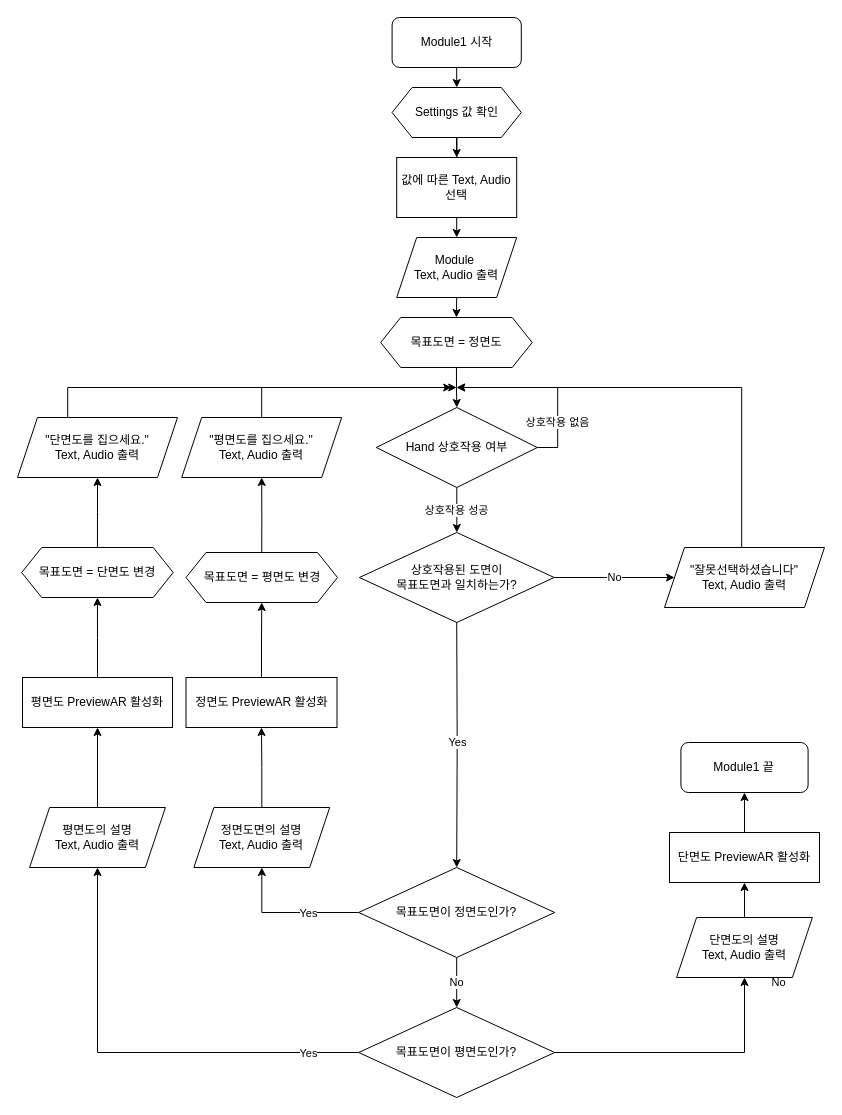
The draw.io diagram page "Module_01" (1 of 3) of Module_01.drawio in SnowDinn/FlowChart, before the edit. Source tidied: cells renumbered, new cells numbered last; positions are measured from the earlier drawing's top-left corner, leaving out a move shared by most shapes. Both pictures are drawn from the tidied source at 100%, with x=0, y=0 at pixel (17, 17).
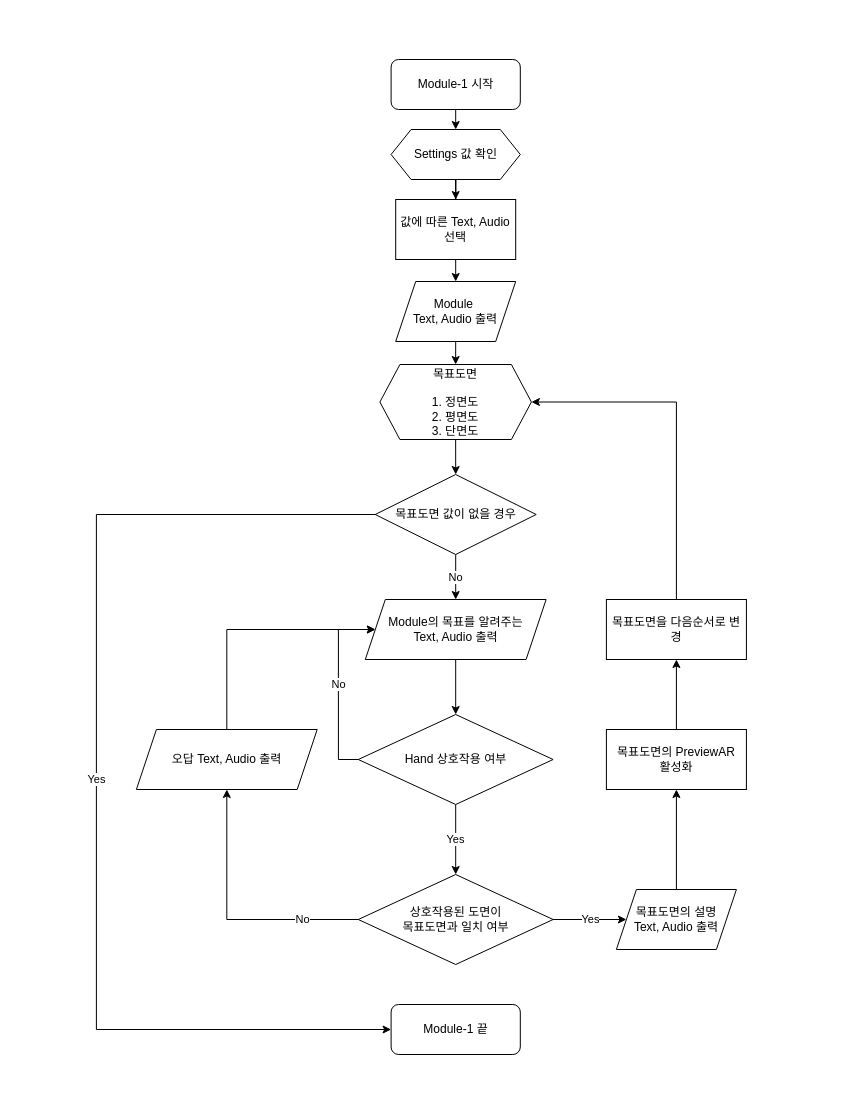
The same page after the edit.

Commit message:
BUKEDU Module FlowChart.drawio

Change to the diagram source:
```diff
@@
-    <mxCell id="3" value="Module1 시작" style="rounded=1;whiteSpace=wrap;html=1;fontSize=12;glass=0;strokeWidth=1;shadow=0;" parent="1" vertex="1">
-      <mxGeometry x="374.6" width="129.2" height="50" as="geometry" />
+    <mxCell id="3" value="Module-1 시작" style="rounded=1;whiteSpace=wrap;html=1;fontSize=12;glass=0;strokeWidth=1;shadow=0;" parent="1" vertex="1">
+      <mxGeometry x="373.6" y="42" width="129.2" height="50" as="geometry" />
     </mxCell>
-    <mxCell id="4" value="No" style="edgeStyle=orthogonalEdgeStyle;rounded=0;jettySize=auto;html=1;exitX=1;exitY=0.5;exitDx=0;exitDy=0;entryX=0;entryY=0.5;entryDx=0;entryDy=0;" parent="1" edge="1" source="6" target="19">
-      <mxGeometry relative="1" as="geometry" />
-    </mxCell>
-    <mxCell id="5" value="Yes" style="edgeStyle=orthogonalEdgeStyle;rounded=0;jettySize=auto;html=1;exitX=0.5;exitY=1;exitDx=0;exitDy=0;entryX=0.5;entryY=0;entryDx=0;entryDy=0;" parent="1" edge="1" target="23">
-      <mxGeometry relative="1" as="geometry">
-        <mxPoint x="439.2" y="599" as="sourcePoint" />
-      </mxGeometry>
+    <mxCell id="5" value="Yes" style="edgeStyle=orthogonalEdgeStyle;rounded=0;jettySize=auto;html=1;exitX=0.5;exitY=1;exitDx=0;exitDy=0;entryX=0.5;entryY=0;entryDx=0;entryDy=0;" parent="1" edge="1" source="6" target="55">
+      <mxGeometry relative="1" as="geometry" />
     </mxCell>
+    <mxCell id="49" value="No" style="edgeStyle=orthogonalEdgeStyle;rounded=0;jettySize=auto;html=1;exitX=0;exitY=0.5;exitDx=0;exitDy=0;entryX=0;entryY=0.5;entryDx=0;entryDy=0;" parent="1" edge="1" source="6" target="52">
+      <mxGeometry x="0.02" relative="1" as="geometry">
+        <Array as="points">
+          <mxPoint x="320.9" y="742" />
+          <mxPoint x="320.9" y="612" />
+        </Array>
+      </mxGeometry>
+    </mxCell>
-    <mxCell id="6" value="상호작용된 도면이&lt;br&gt;목표도면과 일치하는가?" style="rhombus;whiteSpace=wrap;html=1;" parent="1" vertex="1">
-      <mxGeometry x="341.9" y="515" width="194.8" height="90" as="geometry" />
+    <mxCell id="6" value="Hand 상호작용 여부" style="rhombus;whiteSpace=wrap;html=1;" parent="1" vertex="1">
+      <mxGeometry x="340.8" y="697" width="194.8" height="90" as="geometry" />
     </mxCell>
@@
     <mxCell id="8" value="Settings 값 확인" style="shape=hexagon;perimeter=hexagonPerimeter2;whiteSpace=wrap;html=1;fixedSize=1;" parent="1" vertex="1">
-      <mxGeometry x="374.6" y="70" width="129.2" height="50" as="geometry" />
+      <mxGeometry x="373.6" y="112" width="129.2" height="50" as="geometry" />
     </mxCell>
@@
     <mxCell id="10" value="값에 따른 Text, Audio 선택" style="rounded=0;whiteSpace=wrap;html=1;" parent="1" vertex="1">
-      <mxGeometry x="379.2" y="140" width="120" height="60" as="geometry" />
+      <mxGeometry x="378.2" y="182" width="120" height="60" as="geometry" />
     </mxCell>
-    <mxCell id="11" style="edgeStyle=orthogonalEdgeStyle;rounded=0;jettySize=auto;html=1;exitX=0.5;exitY=1;exitDx=0;exitDy=0;entryX=0.5;entryY=0;entryDx=0;entryDy=0;endArrow=classic;endFill=1;" parent="1" edge="1" source="12" target="17">
+    <mxCell id="11" style="edgeStyle=orthogonalEdgeStyle;rounded=0;jettySize=auto;html=1;exitX=0.5;exitY=1;exitDx=0;exitDy=0;entryX=0.5;entryY=0;entryDx=0;entryDy=0;" parent="1" edge="1" source="12" target="17">
       <mxGeometry relative="1" as="geometry" />
     </mxCell>
     <mxCell id="12" value="Module&amp;nbsp;&lt;br&gt;Text, Audio 출력" style="shape=parallelogram;perimeter=parallelogramPerimeter;whiteSpace=wrap;html=1;fixedSize=1;" parent="1" vertex="1">
-      <mxGeometry x="379.2" y="220" width="120" height="60" as="geometry" />
+      <mxGeometry x="378.2" y="264" width="120" height="60" as="geometry" />
     </mxCell>
-    <mxCell id="13" value="상호작용 성공" style="edgeStyle=orthogonalEdgeStyle;rounded=0;jettySize=auto;html=1;exitX=0.5;exitY=1;exitDx=0;exitDy=0;entryX=0.5;entryY=0;entryDx=0;entryDy=0;" parent="1" edge="1" source="15" target="6">
-      <mxGeometry relative="1" as="geometry" />
-    </mxCell>
-    <mxCell id="14" value="상호작용 없음" style="edgeStyle=orthogonalEdgeStyle;rounded=0;jettySize=auto;html=1;exitX=1;exitY=0.5;exitDx=0;exitDy=0;endArrow=classic;endFill=1;" parent="1" edge="1" source="15">
-      <mxGeometry x="-0.5" relative="1" as="geometry">
-        <mxPoint x="439.2" y="370" as="targetPoint" />
-        <Array as="points">
-          <mxPoint x="540.2" y="430" />
-          <mxPoint x="540.2" y="370" />
-        </Array>
-      </mxGeometry>
-    </mxCell>
+    <mxCell id="20" value="No" style="edgeStyle=orthogonalEdgeStyle;rounded=0;jettySize=auto;html=1;exitX=0.5;exitY=1;exitDx=0;exitDy=0;entryX=0.5;entryY=0;entryDx=0;entryDy=0;" parent="1" edge="1" source="15" target="52">
+      <mxGeometry relative="1" as="geometry" />
+    </mxCell>
+    <mxCell id="50" value="Yes" style="edgeStyle=orthogonalEdgeStyle;rounded=0;jettySize=auto;html=1;exitX=0;exitY=0.5;exitDx=0;exitDy=0;entryX=0;entryY=0.5;entryDx=0;entryDy=0;" parent="1" edge="1" source="15" target="64">
+      <mxGeometry relative="1" as="geometry">
+        <Array as="points">
+          <mxPoint x="78.9" y="497" />
+          <mxPoint x="78.9" y="1012" />
+        </Array>
+      </mxGeometry>
+    </mxCell>
-    <mxCell id="15" value="Hand 상호작용 여부" style="rhombus;whiteSpace=wrap;html=1;fillColor=none;" parent="1" vertex="1">
-      <mxGeometry x="358.8" y="390" width="161" height="80" as="geometry" />
+    <mxCell id="15" value="목표도면 값이 없을 경우" style="rhombus;whiteSpace=wrap;html=1;" parent="1" vertex="1">
+      <mxGeometry x="357.7" y="457" width="161" height="80" as="geometry" />
     </mxCell>
@@
-    <mxCell id="17" value="목표도면 = 정면도" style="shape=hexagon;perimeter=hexagonPerimeter2;whiteSpace=wrap;html=1;fixedSize=1;" parent="1" vertex="1">
-      <mxGeometry x="363.2" y="300" width="151.5" height="50" as="geometry" />
+    <mxCell id="17" value="목표도면&lt;br&gt;&lt;br&gt;1. 정면도&lt;br&gt;2. 평면도&lt;br&gt;3. 단면도" style="shape=hexagon;perimeter=hexagonPerimeter2;whiteSpace=wrap;html=1;fixedSize=1;" parent="1" vertex="1">
+      <mxGeometry x="362.4" y="347" width="151.5" height="75" as="geometry" />
     </mxCell>
-    <mxCell id="18" style="edgeStyle=orthogonalEdgeStyle;rounded=0;jettySize=auto;html=1;exitX=0.549;exitY=0.001;exitDx=0;exitDy=0;endArrow=classic;endFill=1;exitPerimeter=0;" parent="1" edge="1" source="19">
-      <mxGeometry relative="1" as="geometry">
-        <mxPoint x="439.2" y="370" as="targetPoint" />
-        <Array as="points">
-          <mxPoint x="725.2" y="535" />
-          <mxPoint x="724.2" y="535" />
-          <mxPoint x="724.2" y="370" />
-        </Array>
-      </mxGeometry>
-    </mxCell>
-    <mxCell id="19" value="&quot;잘못선택하셨습니다&quot;&lt;br&gt;Text, Audio 출력" style="shape=parallelogram;perimeter=parallelogramPerimeter;whiteSpace=wrap;html=1;fixedSize=1;" parent="1" vertex="1">
-      <mxGeometry x="647" y="530" width="160" height="60" as="geometry" />
-    </mxCell>
-    <mxCell id="20" value="No" style="edgeStyle=orthogonalEdgeStyle;rounded=0;jettySize=auto;html=1;exitX=0.5;exitY=1;exitDx=0;exitDy=0;entryX=0.5;entryY=0;entryDx=0;entryDy=0;" parent="1" edge="1" source="23" target="31">
-      <mxGeometry relative="1" as="geometry" />
-    </mxCell>
-    <mxCell id="21" style="edgeStyle=orthogonalEdgeStyle;rounded=0;jettySize=auto;html=1;exitX=0;exitY=0.5;exitDx=0;exitDy=0;entryX=0.5;entryY=1;entryDx=0;entryDy=0;" parent="1" edge="1" source="23" target="40">
-      <mxGeometry relative="1" as="geometry" />
-    </mxCell>
-    <mxCell id="22" value="Yes" style="edgeLabel;html=1;align=center;verticalAlign=middle;" parent="21" vertex="1">
-      <mxGeometry x="0.13" y="-1" relative="1" as="geometry">
-        <mxPoint x="28.8" y="1" as="offset" />
-      </mxGeometry>
-    </mxCell>
-    <mxCell id="23" value="목표도면이 정면도인가?" style="rhombus;whiteSpace=wrap;html=1;" parent="1" vertex="1">
-      <mxGeometry x="341.2" y="850" width="196" height="90" as="geometry" />
-    </mxCell>
-    <mxCell id="24" style="edgeStyle=orthogonalEdgeStyle;rounded=0;jettySize=auto;html=1;exitX=0.5;exitY=0;exitDx=0;exitDy=0;" parent="1" edge="1" source="25" target="27">
-      <mxGeometry relative="1" as="geometry" />
-    </mxCell>
-    <mxCell id="25" value="목표도면 = 평면도 변경" style="shape=hexagon;perimeter=hexagonPerimeter2;whiteSpace=wrap;html=1;fixedSize=1;" parent="1" vertex="1">
-      <mxGeometry x="168.5" y="535" width="151.5" height="50" as="geometry" />
-    </mxCell>
-    <mxCell id="26" style="edgeStyle=orthogonalEdgeStyle;rounded=0;jettySize=auto;html=1;exitX=0.5;exitY=0;exitDx=0;exitDy=0;" parent="1" edge="1" source="27">
-      <mxGeometry relative="1" as="geometry">
-        <mxPoint x="439.2" y="370" as="targetPoint" />
-        <Array as="points">
-          <mxPoint x="244.2" y="370" />
-        </Array>
-      </mxGeometry>
-    </mxCell>
-    <mxCell id="27" value="&quot;평면도를 집으세요.&quot;&lt;br&gt;Text, Audio 출력" style="shape=parallelogram;perimeter=parallelogramPerimeter;whiteSpace=wrap;html=1;fixedSize=1;" parent="1" vertex="1">
-      <mxGeometry x="164.2" y="400" width="160" height="60" as="geometry" />
-    </mxCell>
-    <mxCell id="28" style="edgeStyle=orthogonalEdgeStyle;rounded=0;jettySize=auto;html=1;exitX=0;exitY=0.5;exitDx=0;exitDy=0;" parent="1" edge="1" source="31" target="44">
-      <mxGeometry relative="1" as="geometry" />
-    </mxCell>
-    <mxCell id="29" value="Yes" style="edgeLabel;html=1;align=center;verticalAlign=middle;" parent="28" vertex="1">
-      <mxGeometry x="0.26" y="1" relative="1" as="geometry">
-        <mxPoint x="211" y="19.8" as="offset" />
-      </mxGeometry>
-    </mxCell>
-    <mxCell id="30" value="No" style="edgeStyle=orthogonalEdgeStyle;rounded=0;jettySize=auto;html=1;exitX=1;exitY=0.5;exitDx=0;exitDy=0;entryX=0.5;entryY=1;entryDx=0;entryDy=0;" parent="1" edge="1" source="31" target="48">
-      <mxGeometry x="0.43" y="35" relative="1" as="geometry">
-        <mxPoint x="35" y="-35" as="offset" />
-      </mxGeometry>
-    </mxCell>
-    <mxCell id="31" value="목표도면이 평면도인가?" style="rhombus;whiteSpace=wrap;html=1;" parent="1" vertex="1">
-      <mxGeometry x="341.2" y="990" width="196" height="90" as="geometry" />
-    </mxCell>
-    <mxCell id="32" style="edgeStyle=orthogonalEdgeStyle;rounded=0;jettySize=auto;html=1;exitX=0.5;exitY=0;exitDx=0;exitDy=0;entryX=0.5;entryY=1;entryDx=0;entryDy=0;" parent="1" edge="1" source="33" target="35">
-      <mxGeometry relative="1" as="geometry" />
-    </mxCell>
-    <mxCell id="33" value="목표도면 = 단면도 변경" style="shape=hexagon;perimeter=hexagonPerimeter2;whiteSpace=wrap;html=1;fixedSize=1;" parent="1" vertex="1">
-      <mxGeometry x="4.2" y="530" width="151.5" height="50" as="geometry" />
-    </mxCell>
-    <mxCell id="34" style="edgeStyle=orthogonalEdgeStyle;rounded=0;jettySize=auto;html=1;exitX=0.5;exitY=0;exitDx=0;exitDy=0;" parent="1" edge="1" source="35">
-      <mxGeometry relative="1" as="geometry">
-        <mxPoint x="434.2" y="370" as="targetPoint" />
-        <Array as="points">
-          <mxPoint x="50.2" y="370" />
-        </Array>
-      </mxGeometry>
-    </mxCell>
-    <mxCell id="35" value="&quot;단면도를 집으세요.&quot;&lt;br&gt;Text, Audio 출력" style="shape=parallelogram;perimeter=parallelogramPerimeter;whiteSpace=wrap;html=1;fixedSize=1;" parent="1" vertex="1">
-      <mxGeometry y="400" width="160" height="60" as="geometry" />
-    </mxCell>
-    <mxCell id="36" value="Module1 끝" style="rounded=1;whiteSpace=wrap;html=1;fontSize=12;glass=0;strokeWidth=1;shadow=0;" parent="1" vertex="1">
-      <mxGeometry x="663.4" y="725" width="127.2" height="50" as="geometry" />
-    </mxCell>
-    <mxCell id="37" style="edgeStyle=orthogonalEdgeStyle;rounded=0;jettySize=auto;html=1;exitX=0.5;exitY=0;exitDx=0;exitDy=0;entryX=0.5;entryY=1;entryDx=0;entryDy=0;" parent="1" edge="1" source="38" target="25">
-      <mxGeometry relative="1" as="geometry" />
-    </mxCell>
-    <mxCell id="38" value="정면도 PreviewAR 활성화" style="rounded=0;whiteSpace=wrap;html=1;" parent="1" vertex="1">
-      <mxGeometry x="168.5" y="660" width="151" height="50" as="geometry" />
-    </mxCell>
-    <mxCell id="39" style="edgeStyle=orthogonalEdgeStyle;rounded=0;jettySize=auto;html=1;exitX=0.5;exitY=0;exitDx=0;exitDy=0;" parent="1" edge="1" source="40" target="38">
-      <mxGeometry relative="1" as="geometry" />
-    </mxCell>
-    <mxCell id="40" value="정면도면의 설명&lt;br&gt;Text, Audio 출력" style="shape=parallelogram;perimeter=parallelogramPerimeter;whiteSpace=wrap;html=1;fixedSize=1;" parent="1" vertex="1">
-      <mxGeometry x="176.4" y="790" width="135.8" height="60" as="geometry" />
-    </mxCell>
-    <mxCell id="41" style="edgeStyle=orthogonalEdgeStyle;rounded=0;jettySize=auto;html=1;exitX=0.5;exitY=0;exitDx=0;exitDy=0;entryX=0.5;entryY=1;entryDx=0;entryDy=0;" parent="1" edge="1" source="42" target="33">
-      <mxGeometry relative="1" as="geometry" />
-    </mxCell>
-    <mxCell id="42" value="평면도 PreviewAR 활성화" style="rounded=0;whiteSpace=wrap;html=1;" parent="1" vertex="1">
-      <mxGeometry x="5" y="660" width="150" height="50" as="geometry" />
-    </mxCell>
-    <mxCell id="43" style="edgeStyle=orthogonalEdgeStyle;rounded=0;jettySize=auto;html=1;exitX=0.5;exitY=0;exitDx=0;exitDy=0;entryX=0.5;entryY=1;entryDx=0;entryDy=0;" parent="1" edge="1" source="44" target="42">
-      <mxGeometry relative="1" as="geometry" />
-    </mxCell>
-    <mxCell id="44" value="평면도의 설명&lt;br&gt;Text, Audio 출력" style="shape=parallelogram;perimeter=parallelogramPerimeter;whiteSpace=wrap;html=1;fixedSize=1;" parent="1" vertex="1">
-      <mxGeometry x="12.1" y="790" width="135.8" height="60" as="geometry" />
-    </mxCell>
-    <mxCell id="45" style="edgeStyle=orthogonalEdgeStyle;rounded=0;jettySize=auto;html=1;exitX=0.5;exitY=0;exitDx=0;exitDy=0;entryX=0.5;entryY=1;entryDx=0;entryDy=0;" parent="1" edge="1" source="46" target="36">
-      <mxGeometry relative="1" as="geometry" />
-    </mxCell>
-    <mxCell id="46" value="단면도 PreviewAR 활성화" style="rounded=0;whiteSpace=wrap;html=1;" parent="1" vertex="1">
-      <mxGeometry x="652" y="815" width="150" height="50" as="geometry" />
-    </mxCell>
-    <mxCell id="47" style="edgeStyle=orthogonalEdgeStyle;rounded=0;jettySize=auto;html=1;exitX=0.5;exitY=0;exitDx=0;exitDy=0;entryX=0.5;entryY=1;entryDx=0;entryDy=0;" parent="1" edge="1" source="48" target="46">
-      <mxGeometry relative="1" as="geometry" />
-    </mxCell>
-    <mxCell id="48" value="단면도의 설명&lt;br&gt;Text, Audio 출력" style="shape=parallelogram;perimeter=parallelogramPerimeter;whiteSpace=wrap;html=1;fixedSize=1;" parent="1" vertex="1">
-      <mxGeometry x="659.1" y="900" width="135.8" height="60" as="geometry" />
-    </mxCell>
+    <mxCell id="51" style="edgeStyle=orthogonalEdgeStyle;rounded=0;jettySize=auto;html=1;exitX=0.5;exitY=1;exitDx=0;exitDy=0;entryX=0.5;entryY=0;entryDx=0;entryDy=0;" parent="1" edge="1" source="52" target="6">
+      <mxGeometry relative="1" as="geometry" />
+    </mxCell>
+    <mxCell id="52" value="Module의 목표를 알려주는&lt;br&gt;Text, Audio 출력" style="shape=parallelogram;perimeter=parallelogramPerimeter;whiteSpace=wrap;html=1;fixedSize=1;" parent="1" vertex="1">
+      <mxGeometry x="347.8" y="582" width="180.8" height="60" as="geometry" />
+    </mxCell>
+    <mxCell id="53" value="No" style="edgeStyle=orthogonalEdgeStyle;rounded=0;jettySize=auto;html=1;exitX=0;exitY=0.5;exitDx=0;exitDy=0;entryX=0.5;entryY=1;entryDx=0;entryDy=0;" parent="1" edge="1" source="55" target="57">
+      <mxGeometry x="-0.57" relative="1" as="geometry" />
+    </mxCell>
+    <mxCell id="54" value="Yes" style="edgeStyle=orthogonalEdgeStyle;rounded=0;jettySize=auto;html=1;exitX=1;exitY=0.5;exitDx=0;exitDy=0;" parent="1" edge="1" source="55" target="59">
+      <mxGeometry relative="1" as="geometry" />
+    </mxCell>
+    <mxCell id="55" value="상호작용된 도면이&lt;br&gt;목표도면과 일치 여부" style="rhombus;whiteSpace=wrap;html=1;" parent="1" vertex="1">
+      <mxGeometry x="340.8" y="857" width="194.8" height="90" as="geometry" />
+    </mxCell>
+    <mxCell id="56" style="edgeStyle=orthogonalEdgeStyle;rounded=0;jettySize=auto;html=1;exitX=0.5;exitY=0;exitDx=0;exitDy=0;entryX=0;entryY=0.5;entryDx=0;entryDy=0;" parent="1" edge="1" source="57" target="52">
+      <mxGeometry relative="1" as="geometry">
+        <Array as="points">
+          <mxPoint x="208.9" y="612" />
+        </Array>
+      </mxGeometry>
+    </mxCell>
+    <mxCell id="57" value="오답 Text, Audio 출력" style="shape=parallelogram;perimeter=parallelogramPerimeter;whiteSpace=wrap;html=1;fixedSize=1;" parent="1" vertex="1">
+      <mxGeometry x="118.9" y="712" width="180.8" height="60" as="geometry" />
+    </mxCell>
+    <mxCell id="58" style="edgeStyle=orthogonalEdgeStyle;rounded=0;jettySize=auto;html=1;exitX=0.5;exitY=0;exitDx=0;exitDy=0;entryX=0.5;entryY=1;entryDx=0;entryDy=0;" parent="1" edge="1" source="59" target="61">
+      <mxGeometry relative="1" as="geometry" />
+    </mxCell>
+    <mxCell id="59" value="목표도면의 설명&lt;br&gt;Text, Audio 출력" style="shape=parallelogram;perimeter=parallelogramPerimeter;whiteSpace=wrap;html=1;fixedSize=1;" parent="1" vertex="1">
+      <mxGeometry x="598.9" y="872" width="120" height="60" as="geometry" />
+    </mxCell>
+    <mxCell id="60" style="edgeStyle=orthogonalEdgeStyle;rounded=0;jettySize=auto;html=1;exitX=0.5;exitY=0;exitDx=0;exitDy=0;entryX=0.5;entryY=1;entryDx=0;entryDy=0;" parent="1" edge="1" source="61" target="63">
+      <mxGeometry relative="1" as="geometry" />
+    </mxCell>
+    <mxCell id="61" value="목표도면의 PreviewAR&lt;br&gt;활성화" style="rounded=0;whiteSpace=wrap;html=1;" parent="1" vertex="1">
+      <mxGeometry x="588.9" y="712" width="140" height="60" as="geometry" />
+    </mxCell>
+    <mxCell id="62" style="edgeStyle=orthogonalEdgeStyle;rounded=0;jettySize=auto;html=1;exitX=0.5;exitY=0;exitDx=0;exitDy=0;entryX=1;entryY=0.5;entryDx=0;entryDy=0;" parent="1" edge="1" source="63" target="17">
+      <mxGeometry relative="1" as="geometry" />
+    </mxCell>
+    <mxCell id="63" value="목표도면을 다음순서로 변경" style="rounded=0;whiteSpace=wrap;html=1;" parent="1" vertex="1">
+      <mxGeometry x="588.9" y="582" width="140" height="60" as="geometry" />
+    </mxCell>
+    <mxCell id="64" value="Module-1 끝" style="rounded=1;whiteSpace=wrap;html=1;fontSize=12;glass=0;strokeWidth=1;shadow=0;" parent="1" vertex="1">
+      <mxGeometry x="373.6" y="987" width="129.2" height="50" as="geometry" />
+    </mxCell>
```
